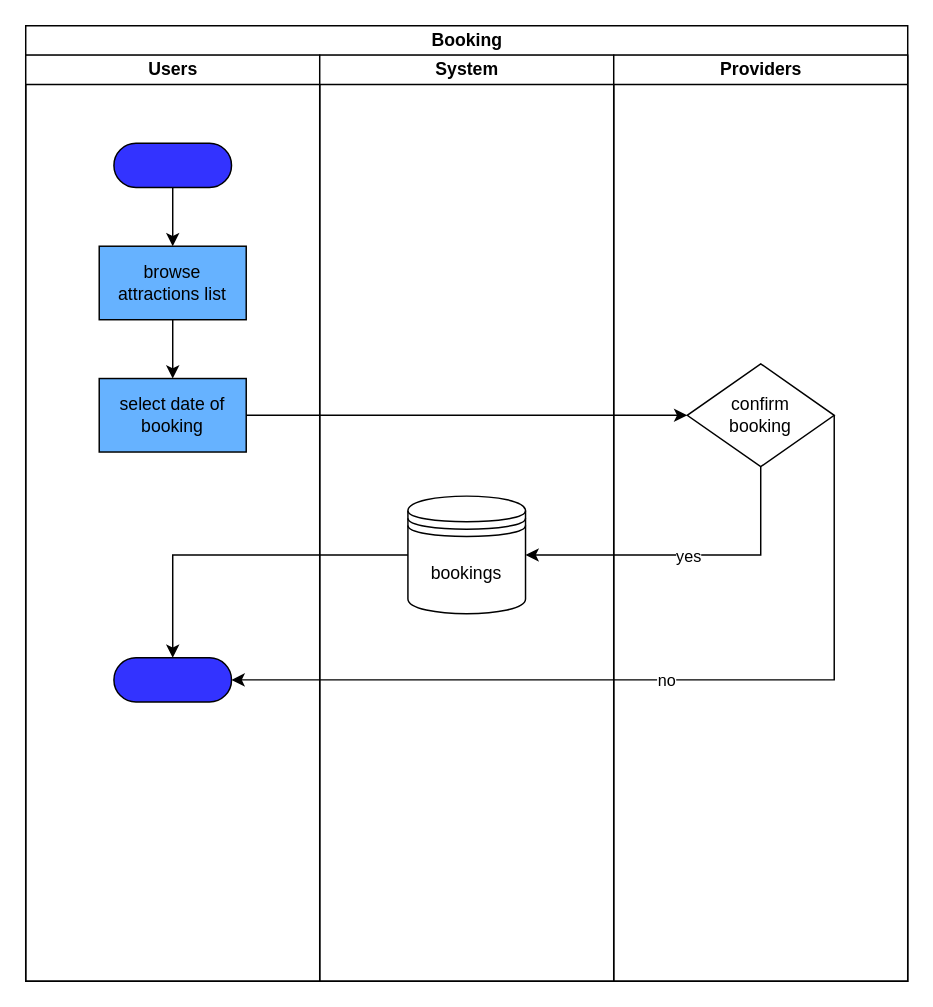
The draw.io diagram page "booking" (4 of 5) of banpin_app_data_flow.drawio in thunwara/BanPinExploreDocument, before the edit. Source tidied: cells renumbered, new cells numbered last; positions are measured from the earlier drawing's top-left corner, leaving out a move shared by most shapes. Both pictures are drawn from the tidied source at 147%, with x=0, y=0 at pixel (25, 25).
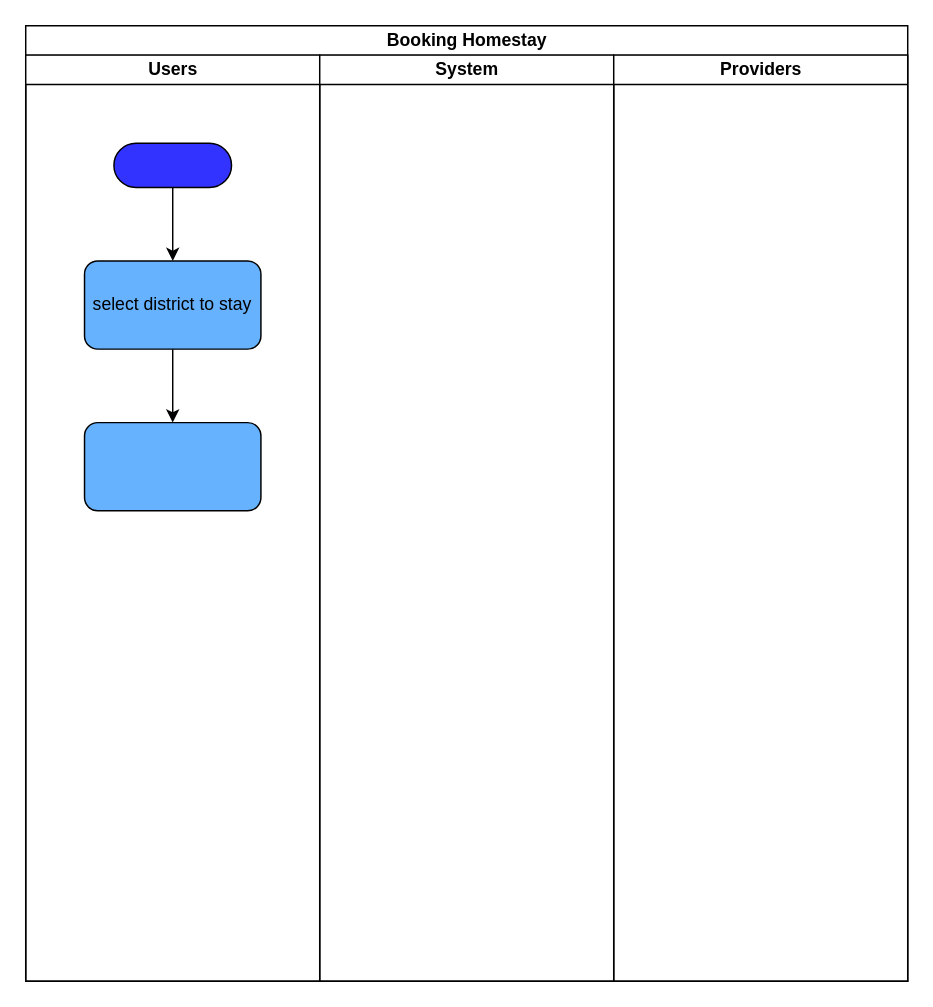
After the change.

Unchanged cells that the change refers to:
```xml
<mxCell id="3" value="Users" style="swimlane;startSize=20;html=1;" parent="2" vertex="1">
  <mxGeometry y="20" width="200" height="630" as="geometry" />
</mxCell>
<mxCell id="5" style="html=1;dashed=0;whiteSpace=wrap;shape=mxgraph.dfd.start;fillColor=#3333FF;" parent="3" vertex="1">
  <mxGeometry x="60" y="60" width="80" height="30" as="geometry" />
</mxCell>
<mxCell id="10" value="System" style="swimlane;startSize=20;html=1;" parent="2" vertex="1">
  <mxGeometry x="200" y="20" width="200" height="630" as="geometry" />
</mxCell>
<mxCell id="12" value="Providers" style="swimlane;startSize=20;html=1;" parent="2" vertex="1">
  <mxGeometry x="400" y="20" width="200" height="630" as="geometry" />
</mxCell>
```

The edit, as a diff of the source:
```diff
@@
-    <mxCell id="2" value="Booking" style="swimlane;startSize=20;html=1;" parent="1" vertex="1">
+    <mxCell id="2" value="Booking Homestay" style="swimlane;startSize=20;html=1;" parent="1" vertex="1">
       <mxGeometry width="600" height="650" as="geometry" />
     </mxCell>
@@
-    <mxCell id="4" style="edgeStyle=orthogonalEdgeStyle;rounded=0;jettySize=auto;html=1;entryX=0.5;entryY=0;entryDx=0;entryDy=0;" parent="3" edge="1" source="5" target="7">
-      <mxGeometry relative="1" as="geometry" />
-    </mxCell>
+    <mxCell id="20" style="edgeStyle=orthogonalEdgeStyle;rounded=0;jettySize=auto;html=1;entryX=0.5;entryY=0;entryDx=0;entryDy=0;" parent="3" edge="1" source="5" target="22">
+      <mxGeometry relative="1" as="geometry" />
+    </mxCell>
@@
-    <mxCell id="6" style="edgeStyle=orthogonalEdgeStyle;rounded=0;jettySize=auto;html=1;entryX=0.5;entryY=0;entryDx=0;entryDy=0;" parent="3" edge="1" source="7" target="8">
-      <mxGeometry relative="1" as="geometry" />
-    </mxCell>
-    <mxCell id="7" value="browse&lt;br&gt;attractions list" style="html=1;dashed=0;whiteSpace=wrap;fillColor=#66B2FF;" parent="3" vertex="1">
-      <mxGeometry x="50" y="130" width="100" height="50" as="geometry" />
-    </mxCell>
-    <mxCell id="8" value="select date of booking" style="html=1;dashed=0;whiteSpace=wrap;fillColor=#66B2FF;" parent="3" vertex="1">
-      <mxGeometry x="50" y="220" width="100" height="50" as="geometry" />
-    </mxCell>
-    <mxCell id="9" style="html=1;dashed=0;whiteSpace=wrap;shape=mxgraph.dfd.start;fillColor=#3333FF;" parent="3" vertex="1">
-      <mxGeometry x="60" y="410" width="80" height="30" as="geometry" />
-    </mxCell>
+    <mxCell id="21" style="edgeStyle=orthogonalEdgeStyle;rounded=0;jettySize=auto;html=1;" parent="3" edge="1" source="22" target="23">
+      <mxGeometry relative="1" as="geometry" />
+    </mxCell>
+    <mxCell id="22" value="select district to stay" style="rounded=1;whiteSpace=wrap;html=1;fillColor=#66B2FF;" parent="3" vertex="1">
+      <mxGeometry x="40" y="140" width="120" height="60" as="geometry" />
+    </mxCell>
+    <mxCell id="23" style="whiteSpace=wrap;html=1;fillColor=#66B2FF;rounded=1;" parent="3" vertex="1">
+      <mxGeometry x="40" y="250" width="120" height="60" as="geometry" />
+    </mxCell>
@@
-    <mxCell id="11" value="bookings" style="shape=datastore;whiteSpace=wrap;html=1;" parent="10" vertex="1">
-      <mxGeometry x="60" y="300" width="80" height="80" as="geometry" />
-    </mxCell>
@@
-    <mxCell id="13" value="confirm&lt;br&gt;booking" style="strokeWidth=1;html=1;shape=mxgraph.flowchart.decision;whiteSpace=wrap;" parent="12" vertex="1">
-      <mxGeometry x="50" y="210" width="100" height="70" as="geometry" />
-    </mxCell>
-    <mxCell id="14" style="edgeStyle=orthogonalEdgeStyle;rounded=0;jettySize=auto;html=1;entryX=0;entryY=0.5;entryDx=0;entryDy=0;entryPerimeter=0;" parent="2" edge="1" source="8" target="13">
-      <mxGeometry relative="1" as="geometry" />
-    </mxCell>
-    <mxCell id="15" style="edgeStyle=orthogonalEdgeStyle;rounded=0;jettySize=auto;html=1;entryX=1;entryY=0.5;entryDx=0;entryDy=0;" parent="2" edge="1" source="13" target="11">
-      <mxGeometry relative="1" as="geometry">
-        <Array as="points">
-          <mxPoint x="500" y="360" />
-        </Array>
-      </mxGeometry>
-    </mxCell>
-    <mxCell id="16" value="yes" style="edgeLabel;html=1;align=center;verticalAlign=middle;" parent="15" vertex="1">
-      <mxGeometry relative="1" as="geometry" />
-    </mxCell>
-    <mxCell id="17" style="edgeStyle=orthogonalEdgeStyle;rounded=0;jettySize=auto;html=1;entryX=0.5;entryY=0.5;entryDx=0;entryDy=-15;entryPerimeter=0;" parent="2" edge="1" source="11" target="9">
-      <mxGeometry relative="1" as="geometry" />
-    </mxCell>
-    <mxCell id="18" style="edgeStyle=orthogonalEdgeStyle;rounded=0;jettySize=auto;html=1;entryX=1;entryY=0.5;entryDx=0;entryDy=0;entryPerimeter=0;exitX=1;exitY=0.5;exitDx=0;exitDy=0;exitPerimeter=0;" parent="2" edge="1" source="13" target="9">
-      <mxGeometry relative="1" as="geometry">
-        <Array as="points">
-          <mxPoint x="550" y="445" />
-        </Array>
-      </mxGeometry>
-    </mxCell>
-    <mxCell id="19" value="no" style="edgeLabel;html=1;align=center;verticalAlign=middle;" parent="18" vertex="1">
-      <mxGeometry relative="1" as="geometry" />
-    </mxCell>
```
